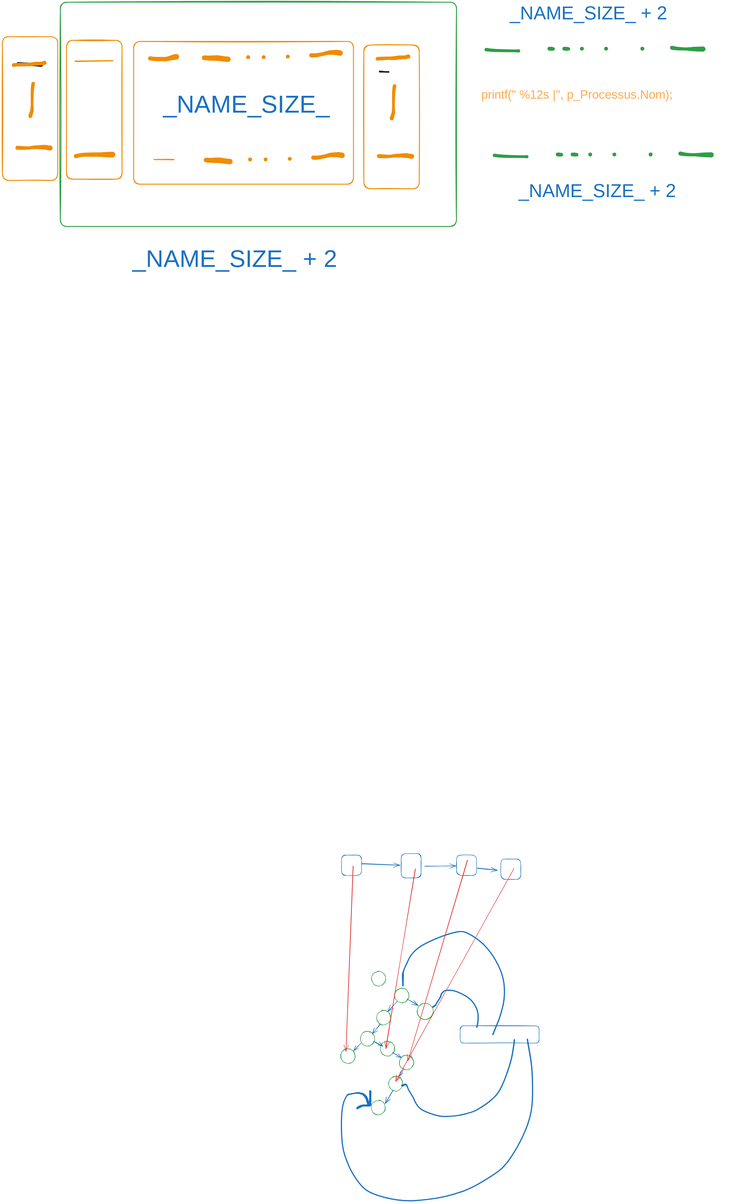
Earlier version of the Excalidraw export bruh.excalidraw.svg (mohammedaouamri5/TP-Tree-LMD2-S1). Source tidied: one line per element, renumbered; positions are measured from the earlier drawing's top-left corner, leaving out a move shared by most shapes.
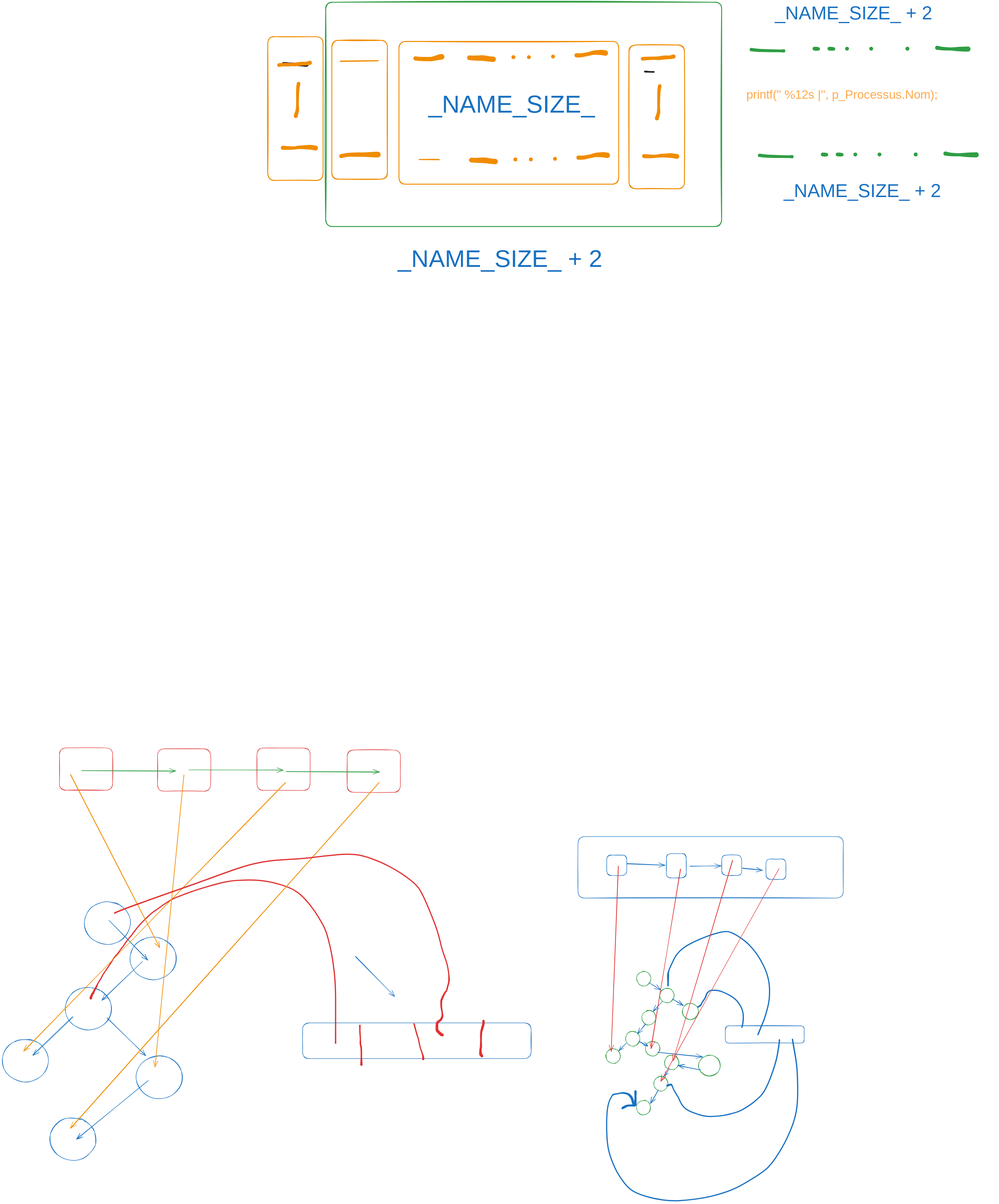
The same file after the commit.

What changed in the source:
```diff
@@ -12,7 +12,7 @@
 {"id": 11, "type": "arrow", "strokeColor": "#1971c2", "strokeWidth": 2, "roughness": 1, "endArrowhead": "arrow", "round": true, "from": 2, "x": 1693, "y": 4583, "width": 34, "height": 43, "points": [[0, 0], [-34, 43]]}
 {"id": 12, "type": "arrow", "strokeColor": "#1971c2", "strokeWidth": 2, "roughness": 1, "endArrowhead": "arrow", "round": true, "x": 1665, "y": 4659, "width": 39, "height": 22, "points": [[0, 0], [39, 22]]}
 {"id": 13, "type": "arrow", "strokeColor": "#1971c2", "strokeWidth": 2, "roughness": 1, "endArrowhead": "arrow", "round": true, "to": 5, "x": 1814, "y": 4468, "width": 51, "height": 29, "points": [[0, 0], [51, 29]]}
-{"id": 14, "type": "arrow", "strokeColor": "#1971c2", "strokeWidth": 2, "roughness": 1, "endArrowhead": "arrow", "round": true, "x": 1748, "y": 4709, "width": 41, "height": 24, "points": [[0, 0], [41, 24]]}
+{"id": 14, "type": "arrow", "strokeColor": "#1971c2", "strokeWidth": 2, "roughness": 1, "endArrowhead": "arrow", "round": true, "to": 84, "x": 1748, "y": 4709, "width": 202, "height": 19, "points": [[0, 0], [202, 19]]}
 {"id": 15, "type": "arrow", "strokeColor": "#1971c2", "strokeWidth": 2, "roughness": 1, "endArrowhead": "arrow", "round": true, "to": 8, "x": 1800, "y": 4781, "width": 21, "height": 36, "points": [[0, 0], [-21, 36]]}
 {"id": 16, "type": "arrow", "strokeColor": "#1971c2", "strokeWidth": 2, "roughness": 1, "endArrowhead": "arrow", "round": true, "to": 9, "x": 1751, "y": 4878, "width": 35, "height": 60, "points": [[0, 0], [-35, 60]]}
 {"id": 17, "type": "arrow", "strokeColor": "#1971c2", "strokeWidth": 2, "roughness": 1, "endArrowhead": "arrow", "round": true, "from": 3, "to": 4, "x": 1608, "y": 4668, "width": 33, "height": 34, "points": [[0, 0], [-33, 34]]}
@@ -80,3 +80,36 @@
 {"id": 79, "type": "text", "text": "_NAME_SIZE_ + 2", "strokeColor": "#1971c2", "strokeWidth": 4, "roughness": 1, "fontSize": 83.08, "fontFamily": 3, "x": 2314, "y": 798, "width": 730, "height": 100}
 {"id": 80, "type": "text", "text": "_NAME_SIZE_ + 2", "strokeColor": "#1971c2", "strokeWidth": 4, "roughness": 1, "fontSize": 108.74, "fontFamily": 3, "x": 583, "y": 1088, "width": 956, "height": 130}
 {"id": 81, "type": "text", "text": "printf(\" %12s |\", p_Processus.Nom);", "strokeColor": "#ffa94d", "strokeWidth": 4, "roughness": 1, "fontSize": 54.72, "fontFamily": 3, "x": 2147, "y": 384, "width": 1122, "height": 66}
+{"id": 82, "type": "arrow", "strokeColor": "#1971c2", "strokeWidth": 2, "roughness": 1, "endArrowhead": "arrow", "round": true, "to": 1, "x": 1709, "y": 4396, "width": 52, "height": 32, "points": [[0, 0], [52, 32]]}
+{"id": 83, "type": "rectangle", "strokeColor": "#1971c2", "strokeWidth": 2, "roughness": 1, "round": true, "x": 1392, "y": 3741, "width": 1190, "height": 276}
+{"id": 84, "type": "ellipse", "strokeColor": "#2f9e44", "strokeWidth": 2, "roughness": 1, "round": true, "x": 1933, "y": 4722, "width": 96, "height": 93}
+{"id": 85, "type": "arrow", "strokeColor": "#1971c2", "strokeWidth": 2, "roughness": 1, "endArrowhead": "arrow", "round": true, "x": 1942, "y": 4788, "width": 102, "height": 19, "points": [[0, 0], [-102, -19]]}
+{"id": 86, "type": "ellipse", "strokeColor": "#1971c2", "strokeWidth": 2, "roughness": 1, "round": true, "x": -822, "y": 4033, "width": 207, "height": 191}
+{"id": 87, "type": "ellipse", "strokeColor": "#1971c2", "strokeWidth": 2, "roughness": 1, "round": true, "x": -618, "y": 4192, "width": 207, "height": 191}
+{"id": 88, "type": "ellipse", "strokeColor": "#1971c2", "strokeWidth": 2, "roughness": 1, "round": true, "x": -908, "y": 4417, "width": 207, "height": 191}
+{"id": 89, "type": "ellipse", "strokeColor": "#1971c2", "strokeWidth": 2, "roughness": 1, "round": true, "x": -1190, "y": 4650, "width": 207, "height": 191}
+{"id": 90, "type": "arrow", "strokeColor": "#1971c2", "strokeWidth": 2, "roughness": 1, "endArrowhead": "arrow", "round": true, "x": 393, "y": 4279, "width": 175, "height": 178, "points": [[0, 0], [175, 178]]}
+{"id": 91, "type": "arrow", "strokeColor": "#1971c2", "strokeWidth": 2, "roughness": 1, "endArrowhead": "arrow", "round": true, "x": -563, "y": 4304, "width": 180, "height": 172, "points": [[0, 0], [-180, 172]]}
+{"id": 92, "type": "arrow", "strokeColor": "#1971c2", "strokeWidth": 2, "roughness": 1, "endArrowhead": "arrow", "round": true, "x": -874, "y": 4549, "width": 180, "height": 172, "points": [[0, 0], [-180, 172]]}
+{"id": 93, "type": "arrow", "strokeColor": "#1971c2", "strokeWidth": 2, "roughness": 1, "endArrowhead": "arrow", "round": true, "x": -712, "y": 4117, "width": 175, "height": 178, "points": [[0, 0], [175, 178]]}
+{"id": 94, "type": "arrow", "strokeColor": "#1971c2", "strokeWidth": 2, "roughness": 1, "endArrowhead": "arrow", "round": true, "to": 95, "x": -721, "y": 4554, "width": 173, "height": 169, "points": [[0, 0], [173, 169]]}
+{"id": 95, "type": "ellipse", "strokeColor": "#1971c2", "strokeWidth": 2, "roughness": 1, "round": true, "x": -590, "y": 4725, "width": 207, "height": 191}
+{"id": 96, "type": "ellipse", "strokeColor": "#1971c2", "strokeWidth": 2, "roughness": 2, "round": true, "x": -978, "y": 5002, "width": 207, "height": 191}
+{"id": 97, "type": "arrow", "strokeColor": "#1971c2", "strokeWidth": 2, "roughness": 1, "endArrowhead": "arrow", "round": true, "x": -537, "y": 4835, "width": 320, "height": 263, "points": [[0, 0], [-320, 263]]}
+{"id": 98, "type": "rectangle", "strokeColor": "#1971c2", "strokeWidth": 2, "roughness": 1, "round": true, "x": 157, "y": 4577, "width": 1025, "height": 160}
+{"id": 99, "type": "freedraw", "strokeColor": "#e03131", "strokeWidth": 2, "roughness": 1, "x": 304, "y": 4668, "width": 1098, "height": 735, "points": [[0, 0], [0, -110], [0, -253], [-25, -446], [-70, -560], [-189, -696], [-359, -735], [-500, -726], [-639, -683], [-720, -651], [-764, -626], [-811, -592], [-845, -565], [-882, -528], [-911, -490], [-943, -451], [-966, -417], [-995, -383], [-1018, -344], [-1052, -294], [-1070, -260], [-1075, -249], [-1084, -233], [-1089, -221], [-1093, -212], [-1098, -205], [-1098, -201]]}
+{"id": 100, "type": "rectangle", "strokeColor": "#e03131", "angle": 0.0, "strokeWidth": 2, "roughness": 1, "round": true, "x": -934, "y": 3344, "width": 239, "height": 190}
+{"id": 101, "type": "rectangle", "strokeColor": "#e03131", "angle": 0.0, "strokeWidth": 2, "roughness": 1, "round": true, "x": -494, "y": 3348, "width": 239, "height": 190}
+{"id": 102, "type": "rectangle", "strokeColor": "#e03131", "angle": 0.0, "strokeWidth": 2, "roughness": 1, "round": true, "x": -49, "y": 3344, "width": 239, "height": 190}
+{"id": 103, "type": "rectangle", "strokeColor": "#e03131", "angle": 0.0, "strokeWidth": 2, "roughness": 1, "round": true, "x": 356, "y": 3353, "width": 239, "height": 190}
+{"id": 104, "type": "arrow", "strokeColor": "#2f9e44", "angle": 0.0, "strokeWidth": 2, "roughness": 1, "endArrowhead": "arrow", "round": true, "x": -834, "y": 3446, "width": 420, "height": 1, "points": [[0, 0], [420, 1]]}
+{"id": 105, "type": "arrow", "strokeColor": "#2f9e44", "angle": 0.0, "strokeWidth": 2, "roughness": 1, "endArrowhead": "arrow", "round": true, "x": -352, "y": 3442, "width": 420, "height": 1, "points": [[0, 0], [420, 1]]}
+{"id": 106, "type": "arrow", "strokeColor": "#2f9e44", "angle": 0.0, "strokeWidth": 2, "roughness": 1, "endArrowhead": "arrow", "round": true, "x": 82, "y": 3451, "width": 420, "height": 1, "points": [[0, 0], [420, 1]]}
+{"id": 107, "type": "arrow", "strokeColor": "#f08c00", "strokeWidth": 2, "roughness": 1, "endArrowhead": "arrow", "round": true, "x": -376, "y": 3464, "width": 130, "height": 1310, "points": [[0, 0], [-130, 1310]]}
+{"id": 108, "type": "arrow", "strokeColor": "#f08c00", "strokeWidth": 2, "roughness": 1, "endArrowhead": "arrow", "round": true, "x": 80, "y": 3498, "width": 1175, "height": 1206, "points": [[0, 0], [-1175, 1206]]}
+{"id": 109, "type": "arrow", "strokeColor": "#f08c00", "strokeWidth": 2, "roughness": 1, "endArrowhead": "arrow", "round": true, "x": 500, "y": 3498, "width": 1384, "height": 1551, "points": [[0, 0], [-1384, 1551]]}
+{"id": 110, "type": "arrow", "strokeColor": "#f08c00", "strokeWidth": 2, "roughness": 1, "endArrowhead": "arrow", "round": true, "x": -885, "y": 3462, "width": 400, "height": 776, "points": [[0, 0], [400, 776]]}
+{"id": 111, "type": "freedraw", "strokeColor": "#e03131", "strokeWidth": 2, "roughness": 1, "x": -687, "y": 4084, "width": 1500, "height": 816, "points": [[0, 0], [293, -108], [584, -212], [789, -244], [1018, -265], [1261, -203], [1366, -117], [1416, -8], [1464, 135], [1473, 174], [1493, 233], [1498, 267], [1500, 288], [1500, 310], [1491, 342], [1480, 358], [1473, 374], [1466, 390], [1466, 440], [1470, 458], [1470, 465], [1466, 476], [1455, 485], [1445, 492], [1445, 504], [1445, 515], [1445, 524], [1450, 531], [1457, 538], [1461, 540], [1468, 547]]}
+{"id": 112, "type": "freedraw", "strokeColor": "#e03131", "strokeWidth": 2, "roughness": 1, "x": 413, "y": 4588, "width": 7, "height": 176, "points": [[0, 0], [0, 15], [0, 24], [0, 35], [2, 56], [2, 60], [2, 70], [2, 74], [2, 79], [2, 88], [5, 95], [7, 99], [7, 113], [7, 120], [7, 124], [7, 135], [7, 142], [7, 149], [7, 154], [7, 158], [7, 163], [7, 165], [7, 170], [7, 172], [7, 174], [7, 176], [7, 176]]}
+{"id": 113, "type": "freedraw", "strokeColor": "#e03131", "strokeWidth": 2, "roughness": 1, "x": 656, "y": 4582, "width": 41, "height": 158, "points": [[0, 0], [2, 10], [9, 35], [16, 58], [18, 65], [20, 70], [23, 81], [25, 99], [30, 115], [36, 131], [39, 138], [39, 140], [41, 145], [41, 147], [41, 149], [41, 151], [41, 154], [41, 156], [41, 158], [41, 158]]}
+{"id": 114, "type": "freedraw", "strokeColor": "#e03131", "strokeWidth": 2, "roughness": 1, "x": 968, "y": 4568, "width": 14, "height": 158, "points": [[0, 0], [0, 1], [0, 4], [0, 6], [0, 8], [0, 10], [0, 15], [-2, 20], [-2, 24], [-5, 29], [-7, 33], [-7, 40], [-9, 42], [-11, 54], [-11, 60], [-11, 65], [-11, 74], [-11, 81], [-11, 90], [-11, 95], [-11, 99], [-11, 106], [-11, 108], [-11, 113], [-11, 120], [-14, 126], [-14, 129], [-14, 133], [-14, 135], [-14, 138], [-14, 140], [-14, 142], [-14, 145], [-14, 147], [-14, 149], [-14, 151], [-11, 154], [-9, 154], [-7, 158], [-7, 158]]}
```
